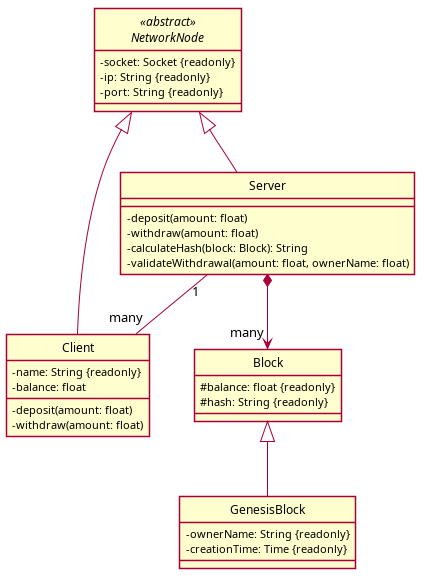
Andre-Grassi/mini_blockchain keeps this PlantUML diagram as docs/uml/class_diagram.png. Above is the earlier version. Its source is kept beside it as docs/uml/class_diagram.puml.
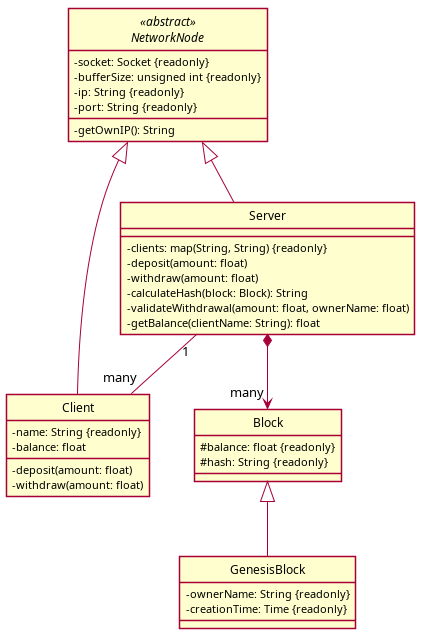
The same file after the commit.

Commit message:
Add activity diagrams

Change to the diagram source:
```diff
@@ -19,8 +19,10 @@
 abstract class NetworkNode <<abstract>>
 {
   -socket: Socket {readonly}
+  -bufferSize: unsigned int {readonly}
   -ip: String {readonly}
   -port: String {readonly}
+  -getOwnIP(): String
 }
 
 class Client {
@@ -31,10 +33,12 @@
 }
 
 class Server {
+  -clients: map(String, String) {readonly}
   -deposit(amount: float)
   -withdraw(amount: float)
   -calculateHash(block: Block): String
   -validateWithdrawal(amount: float, ownerName: float)
+  -getBalance(clientName: String): float
 }
 
 NetworkNode <|-- Client
```
